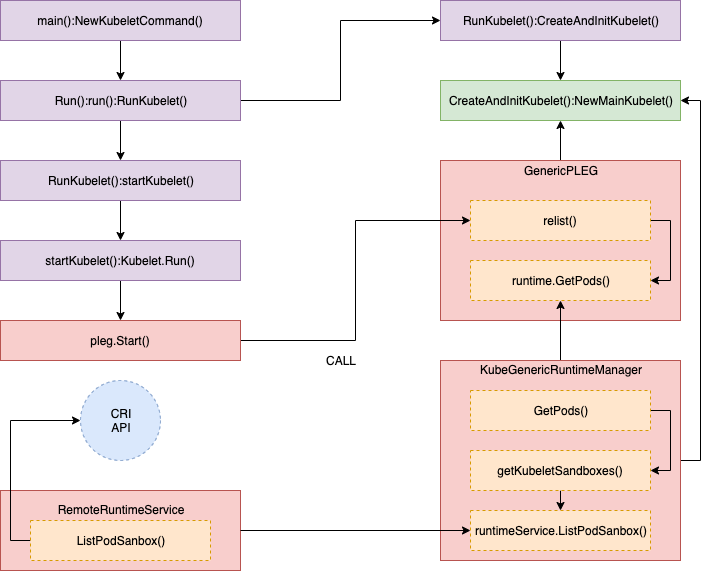
Earlier version of the draw.io export kubernetes/pleg-getpods.png (bysnupy/blog). Source tidied: cells renumbered, new cells last; positions are measured from the earlier drawing's top-left corner, leaving out a move shared by most shapes. Its diagram source:
```xml
<mxGraphModel>
  <root>
    <mxCell id="0" />
    <mxCell id="1" parent="0" />
    <mxCell id="2" value="RemoteRuntimeService&lt;br&gt;&lt;br&gt;&lt;br&gt;&lt;br&gt;" style="rounded=0;whiteSpace=wrap;html=1;fillColor=#f8cecc;strokeColor=#b85450;" parent="1" vertex="1">
      <mxGeometry y="490" width="240" height="80" as="geometry" />
    </mxCell>
    <mxCell id="3" style="edgeStyle=orthogonalEdgeStyle;rounded=0;jettySize=auto;html=1;exitX=0.5;exitY=0;exitDx=0;exitDy=0;entryX=0.5;entryY=1;entryDx=0;entryDy=0;" parent="1" edge="1" source="4" target="14">
      <mxGeometry relative="1" as="geometry" />
    </mxCell>
    <mxCell id="4" value="GenericPLEG&lt;br&gt;&lt;br&gt;&lt;br&gt;&lt;br&gt;&lt;br&gt;&lt;br&gt;&lt;br&gt;&lt;br&gt;&lt;br&gt;&lt;br&gt;&lt;br&gt;" style="rounded=0;whiteSpace=wrap;html=1;fillColor=#f8cecc;strokeColor=#b85450;" parent="1" vertex="1">
      <mxGeometry x="440" y="160" width="240" height="160" as="geometry" />
    </mxCell>
    <mxCell id="5" style="edgeStyle=orthogonalEdgeStyle;rounded=0;jettySize=auto;html=1;exitX=0.5;exitY=1;exitDx=0;exitDy=0;entryX=0.5;entryY=0;entryDx=0;entryDy=0;" parent="1" edge="1" source="6" target="9">
      <mxGeometry relative="1" as="geometry" />
    </mxCell>
    <mxCell id="6" value="main():NewKubeletCommand()" style="rounded=0;whiteSpace=wrap;html=1;fillColor=#e1d5e7;strokeColor=#9673a6;" parent="1" vertex="1">
      <mxGeometry width="240" height="40" as="geometry" />
    </mxCell>
    <mxCell id="7" style="edgeStyle=orthogonalEdgeStyle;rounded=0;jettySize=auto;html=1;exitX=1;exitY=0.5;exitDx=0;exitDy=0;entryX=0;entryY=0.5;entryDx=0;entryDy=0;" parent="1" edge="1" source="9" target="13">
      <mxGeometry relative="1" as="geometry" />
    </mxCell>
    <mxCell id="8" style="edgeStyle=orthogonalEdgeStyle;rounded=0;jettySize=auto;html=1;exitX=0.5;exitY=1;exitDx=0;exitDy=0;entryX=0.5;entryY=0;entryDx=0;entryDy=0;" parent="1" edge="1" source="9" target="11">
      <mxGeometry relative="1" as="geometry" />
    </mxCell>
    <mxCell id="9" value="Run():run():RunKubelet()" style="rounded=0;whiteSpace=wrap;html=1;fillColor=#e1d5e7;strokeColor=#9673a6;" parent="1" vertex="1">
      <mxGeometry y="80" width="240" height="40" as="geometry" />
    </mxCell>
    <mxCell id="10" style="edgeStyle=orthogonalEdgeStyle;rounded=0;jettySize=auto;html=1;exitX=0.5;exitY=1;exitDx=0;exitDy=0;entryX=0.5;entryY=0;entryDx=0;entryDy=0;" parent="1" edge="1" source="11" target="16">
      <mxGeometry relative="1" as="geometry" />
    </mxCell>
    <mxCell id="11" value="RunKubelet():startKubelet()" style="rounded=0;whiteSpace=wrap;html=1;fillColor=#e1d5e7;strokeColor=#9673a6;" parent="1" vertex="1">
      <mxGeometry y="160" width="240" height="40" as="geometry" />
    </mxCell>
    <mxCell id="12" style="edgeStyle=orthogonalEdgeStyle;rounded=0;jettySize=auto;html=1;exitX=0.5;exitY=1;exitDx=0;exitDy=0;entryX=0.5;entryY=0;entryDx=0;entryDy=0;" parent="1" edge="1" source="13" target="14">
      <mxGeometry relative="1" as="geometry" />
    </mxCell>
    <mxCell id="13" value="RunKubelet():CreateAndInitKubelet()" style="rounded=0;whiteSpace=wrap;html=1;fillColor=#e1d5e7;strokeColor=#9673a6;" parent="1" vertex="1">
      <mxGeometry x="440" width="240" height="40" as="geometry" />
    </mxCell>
    <mxCell id="14" value="CreateAndInitKubelet():NewMainKubelet()" style="rounded=0;whiteSpace=wrap;html=1;fillColor=#d5e8d4;strokeColor=#82b366;" parent="1" vertex="1">
      <mxGeometry x="440" y="80" width="240" height="40" as="geometry" />
    </mxCell>
    <mxCell id="15" style="edgeStyle=orthogonalEdgeStyle;rounded=0;jettySize=auto;html=1;" parent="1" edge="1" source="16" target="18">
      <mxGeometry relative="1" as="geometry" />
    </mxCell>
    <mxCell id="16" value="startKubelet():Kubelet.Run()" style="rounded=0;whiteSpace=wrap;html=1;fillColor=#e1d5e7;strokeColor=#9673a6;" parent="1" vertex="1">
      <mxGeometry y="240" width="240" height="40" as="geometry" />
    </mxCell>
    <mxCell id="17" style="edgeStyle=orthogonalEdgeStyle;rounded=0;jettySize=auto;html=1;exitX=1;exitY=0.5;exitDx=0;exitDy=0;entryX=0;entryY=0.5;entryDx=0;entryDy=0;" parent="1" edge="1" source="18" target="20">
      <mxGeometry relative="1" as="geometry" />
    </mxCell>
    <mxCell id="18" value="pleg.Start()" style="rounded=0;whiteSpace=wrap;html=1;fillColor=#f8cecc;strokeColor=#b85450;" parent="1" vertex="1">
      <mxGeometry y="320" width="240" height="40" as="geometry" />
    </mxCell>
    <mxCell id="19" style="edgeStyle=orthogonalEdgeStyle;rounded=0;jettySize=auto;html=1;exitX=1;exitY=0.5;exitDx=0;exitDy=0;entryX=1;entryY=0.5;entryDx=0;entryDy=0;" parent="1" edge="1" source="20" target="27">
      <mxGeometry relative="1" as="geometry" />
    </mxCell>
    <mxCell id="20" value="relist()" style="rounded=0;whiteSpace=wrap;html=1;fillColor=#ffe6cc;strokeColor=#d79b00;dashed=1;" parent="1" vertex="1">
      <mxGeometry x="470" y="200" width="180" height="40" as="geometry" />
    </mxCell>
    <mxCell id="21" value="CALL" style="text;html=1;strokeColor=none;fillColor=none;align=center;verticalAlign=middle;whiteSpace=wrap;rounded=0;dashed=1;" parent="1" vertex="1">
      <mxGeometry x="320" y="350.5" width="40" height="19" as="geometry" />
    </mxCell>
    <mxCell id="22" style="edgeStyle=orthogonalEdgeStyle;rounded=0;jettySize=auto;html=1;exitX=0.5;exitY=0;exitDx=0;exitDy=0;entryX=0.5;entryY=1;entryDx=0;entryDy=0;" parent="1" edge="1" source="24" target="27">
      <mxGeometry relative="1" as="geometry" />
    </mxCell>
    <mxCell id="23" style="edgeStyle=orthogonalEdgeStyle;rounded=0;jettySize=auto;html=1;exitX=1;exitY=0.5;exitDx=0;exitDy=0;entryX=1;entryY=0.5;entryDx=0;entryDy=0;" parent="1" edge="1" source="24" target="14">
      <mxGeometry relative="1" as="geometry" />
    </mxCell>
    <mxCell id="24" value="KubeGenericRuntimeManager&lt;br&gt;&lt;br&gt;&lt;br&gt;&lt;br&gt;&lt;br&gt;&lt;br&gt;&lt;br&gt;&lt;br&gt;&lt;br&gt;&lt;br&gt;&lt;br&gt;&lt;br&gt;&lt;br&gt;&lt;br&gt;" style="rounded=0;whiteSpace=wrap;html=1;fillColor=#f8cecc;strokeColor=#b85450;" parent="1" vertex="1">
      <mxGeometry x="440" y="360" width="240" height="200" as="geometry" />
    </mxCell>
    <mxCell id="25" style="edgeStyle=orthogonalEdgeStyle;rounded=0;jettySize=auto;html=1;exitX=0.5;exitY=1;exitDx=0;exitDy=0;entryX=0.5;entryY=0;entryDx=0;entryDy=0;" parent="1" edge="1" source="26" target="32">
      <mxGeometry relative="1" as="geometry" />
    </mxCell>
    <mxCell id="26" value="getKubeletSandboxes()" style="rounded=0;whiteSpace=wrap;html=1;fillColor=#ffe6cc;strokeColor=#d79b00;dashed=1;" parent="1" vertex="1">
      <mxGeometry x="470" y="450" width="180" height="40" as="geometry" />
    </mxCell>
    <mxCell id="27" value="runtime.GetPods()" style="rounded=0;whiteSpace=wrap;html=1;fillColor=#ffe6cc;strokeColor=#d79b00;dashed=1;" parent="1" vertex="1">
      <mxGeometry x="470" y="260" width="180" height="40" as="geometry" />
    </mxCell>
    <mxCell id="28" style="edgeStyle=orthogonalEdgeStyle;rounded=0;jettySize=auto;html=1;exitX=1;exitY=0.5;exitDx=0;exitDy=0;entryX=1;entryY=0.5;entryDx=0;entryDy=0;" parent="1" edge="1" source="29" target="26">
      <mxGeometry relative="1" as="geometry" />
    </mxCell>
    <mxCell id="29" value="GetPods()" style="rounded=0;whiteSpace=wrap;html=1;fillColor=#ffe6cc;strokeColor=#d79b00;dashed=1;" parent="1" vertex="1">
      <mxGeometry x="470" y="390" width="180" height="40" as="geometry" />
    </mxCell>
    <mxCell id="30" style="edgeStyle=orthogonalEdgeStyle;rounded=0;jettySize=auto;html=1;exitX=0;exitY=0.5;exitDx=0;exitDy=0;entryX=0;entryY=0.5;entryDx=0;entryDy=0;" parent="1" edge="1" source="31" target="34">
      <mxGeometry relative="1" as="geometry" />
    </mxCell>
    <mxCell id="31" value="ListPodSanbox()" style="rounded=0;whiteSpace=wrap;html=1;fillColor=#ffe6cc;strokeColor=#d79b00;dashed=1;" parent="1" vertex="1">
      <mxGeometry x="30" y="520" width="180" height="40" as="geometry" />
    </mxCell>
    <mxCell id="32" value="runtimeService.ListPodSanbox()" style="rounded=0;whiteSpace=wrap;html=1;fillColor=#ffe6cc;strokeColor=#d79b00;dashed=1;" parent="1" vertex="1">
      <mxGeometry x="470" y="510" width="180" height="40" as="geometry" />
    </mxCell>
    <mxCell id="33" style="edgeStyle=orthogonalEdgeStyle;rounded=0;jettySize=auto;html=1;exitX=1;exitY=0.5;exitDx=0;exitDy=0;entryX=0;entryY=0.5;entryDx=0;entryDy=0;" parent="1" edge="1" source="2" target="32">
      <mxGeometry relative="1" as="geometry" />
    </mxCell>
    <mxCell id="34" value="CRI&lt;br&gt;API" style="ellipse;whiteSpace=wrap;html=1;dashed=1;fillColor=#dae8fc;strokeColor=#6c8ebf;" parent="1" vertex="1">
      <mxGeometry x="80" y="380" width="80" height="80" as="geometry" />
    </mxCell>
  </root>
</mxGraphModel>
```
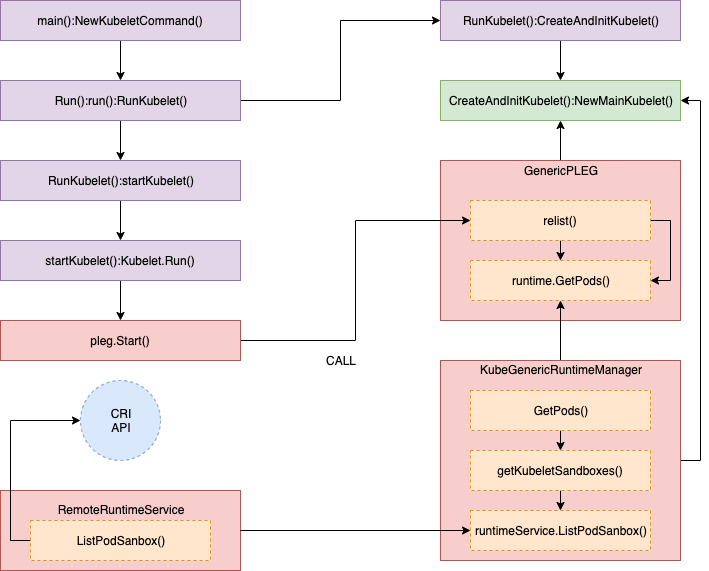
After the commit.

Diff of the diagram source:
```diff
@@ -56,6 +56,9 @@
     <mxCell id="19" style="edgeStyle=orthogonalEdgeStyle;rounded=0;jettySize=auto;html=1;exitX=1;exitY=0.5;exitDx=0;exitDy=0;entryX=1;entryY=0.5;entryDx=0;entryDy=0;" parent="1" edge="1" source="20" target="27">
       <mxGeometry relative="1" as="geometry" />
     </mxCell>
+    <mxCell id="35" style="edgeStyle=orthogonalEdgeStyle;rounded=0;jettySize=auto;html=1;exitX=0.5;exitY=1;exitDx=0;exitDy=0;entryX=0.5;entryY=0;entryDx=0;entryDy=0;" parent="1" edge="1" source="20" target="27">
+      <mxGeometry relative="1" as="geometry" />
+    </mxCell>
     <mxCell id="20" value="relist()" style="rounded=0;whiteSpace=wrap;html=1;fillColor=#ffe6cc;strokeColor=#d79b00;dashed=1;" parent="1" vertex="1">
       <mxGeometry x="470" y="200" width="180" height="40" as="geometry" />
     </mxCell>
@@ -80,7 +83,7 @@
     <mxCell id="27" value="runtime.GetPods()" style="rounded=0;whiteSpace=wrap;html=1;fillColor=#ffe6cc;strokeColor=#d79b00;dashed=1;" parent="1" vertex="1">
       <mxGeometry x="470" y="260" width="180" height="40" as="geometry" />
     </mxCell>
-    <mxCell id="28" style="edgeStyle=orthogonalEdgeStyle;rounded=0;jettySize=auto;html=1;exitX=1;exitY=0.5;exitDx=0;exitDy=0;entryX=1;entryY=0.5;entryDx=0;entryDy=0;" parent="1" edge="1" source="29" target="26">
+    <mxCell id="28" style="edgeStyle=orthogonalEdgeStyle;rounded=0;jettySize=auto;html=1;exitX=0.5;exitY=1;exitDx=0;exitDy=0;entryX=0.5;entryY=0;entryDx=0;entryDy=0;" parent="1" edge="1" source="29" target="26">
       <mxGeometry relative="1" as="geometry" />
     </mxCell>
     <mxCell id="29" value="GetPods()" style="rounded=0;whiteSpace=wrap;html=1;fillColor=#ffe6cc;strokeColor=#d79b00;dashed=1;" parent="1" vertex="1">
```
